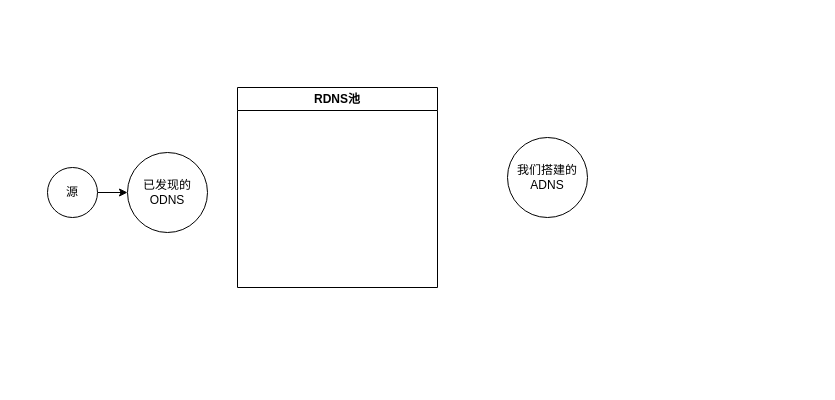
BoningZ/draw.io keeps this draw.io diagram as demo/paper1.drawio. Above is the earlier version. Source tidied: cells renumbered, new cells numbered last; positions are measured from the earlier drawing's top-left corner, leaving out a move shared by most shapes. Both pictures are drawn from the tidied source at 100%, with x=0, y=0 at pixel (47, 87).
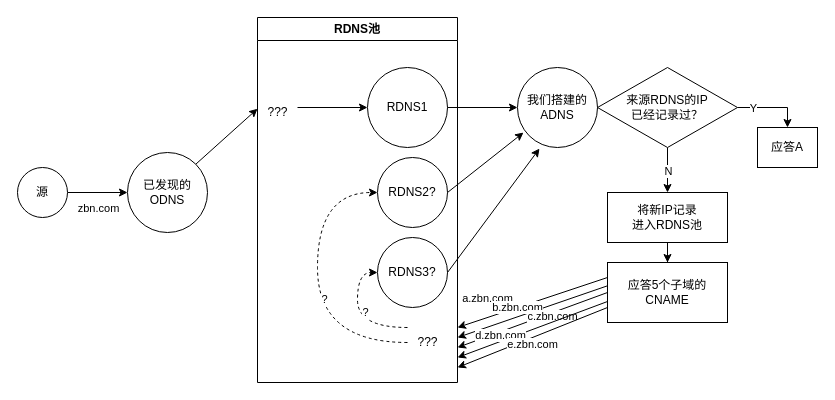
The same page after the edit.

Unchanged cells that the change refers to:
```xml
<mxCell id="2" style="edgeStyle=orthogonalEdgeStyle;rounded=0;jettySize=auto;html=1;exitX=1;exitY=0.5;exitDx=0;exitDy=0;" parent="1" edge="1" source="3" target="4">
  <mxGeometry relative="1" as="geometry" />
</mxCell>
<mxCell id="4" value="已发现的&lt;br&gt;ODNS" style="ellipse;whiteSpace=wrap;html=1;" parent="1" vertex="1">
  <mxGeometry x="80" y="65" width="80" height="80" as="geometry" />
</mxCell>
```

Diff of the diagram source:
```diff
@@
+    <mxCell id="7" value="zbn.com" style="edgeLabel;html=1;align=center;verticalAlign=middle;" parent="2" vertex="1">
+      <mxGeometry x="-0.4" y="4" relative="1" as="geometry">
+        <mxPoint x="12" y="19" as="offset" />
+      </mxGeometry>
+    </mxCell>
     <mxCell id="3" value="源" style="ellipse;whiteSpace=wrap;html=1;" parent="1" vertex="1">
-      <mxGeometry y="80" width="50" height="50" as="geometry" />
+      <mxGeometry x="-30" y="80" width="50" height="50" as="geometry" />
     </mxCell>
+    <mxCell id="8" style="rounded=0;jettySize=auto;html=1;exitX=1;exitY=0;exitDx=0;exitDy=0;entryX=0;entryY=0.25;entryDx=0;entryDy=0;" parent="1" edge="1" source="4" target="5">
+      <mxGeometry relative="1" as="geometry" />
+    </mxCell>
@@
     <mxCell id="5" value="RDNS池" style="swimlane;whiteSpace=wrap;html=1;" parent="1" vertex="1">
-      <mxGeometry x="190" width="200" height="200" as="geometry" />
+      <mxGeometry x="210" y="-70" width="200" height="365" as="geometry" />
     </mxCell>
+    <mxCell id="9" value="RDNS1" style="ellipse;whiteSpace=wrap;html=1;" parent="5" vertex="1">
+      <mxGeometry x="110" y="50" width="80" height="80" as="geometry" />
+    </mxCell>
+    <mxCell id="10" style="edgeStyle=orthogonalEdgeStyle;rounded=0;jettySize=auto;html=1;" parent="5" edge="1" source="11">
+      <mxGeometry relative="1" as="geometry">
+        <mxPoint x="110" y="90" as="targetPoint" />
+        <Array as="points">
+          <mxPoint x="108" y="90" />
+        </Array>
+      </mxGeometry>
+    </mxCell>
+    <mxCell id="11" value="???" style="text;html=1;align=center;verticalAlign=middle;points=[];strokeColor=none;fillColor=none;" parent="5" vertex="1">
+      <mxGeometry y="80" width="40" height="30" as="geometry" />
+    </mxCell>
+    <mxCell id="12" value="RDNS2?" style="ellipse;whiteSpace=wrap;html=1;rounded=0;" parent="5" vertex="1">
+      <mxGeometry x="120" y="140" width="70" height="70" as="geometry" />
+    </mxCell>
+    <mxCell id="13" style="edgeStyle=orthogonalEdgeStyle;rounded=0;jettySize=auto;html=1;curved=1;entryX=0;entryY=0.5;entryDx=0;entryDy=0;dashed=1;" parent="5" edge="1" source="17" target="12">
+      <mxGeometry relative="1" as="geometry">
+        <Array as="points">
+          <mxPoint x="60" y="325" />
+          <mxPoint x="60" y="175" />
+        </Array>
+      </mxGeometry>
+    </mxCell>
+    <mxCell id="14" value="?" style="edgeLabel;html=1;align=center;verticalAlign=middle;" parent="13" vertex="1">
+      <mxGeometry x="-0.11" y="-6" relative="1" as="geometry" />
+    </mxCell>
+    <mxCell id="15" style="edgeStyle=orthogonalEdgeStyle;rounded=0;jettySize=auto;html=1;entryX=0;entryY=0.5;entryDx=0;entryDy=0;curved=1;dashed=1;" parent="5" edge="1" source="17" target="18">
+      <mxGeometry relative="1" as="geometry">
+        <Array as="points">
+          <mxPoint x="100" y="310" />
+          <mxPoint x="100" y="255" />
+        </Array>
+      </mxGeometry>
+    </mxCell>
+    <mxCell id="16" value="?" style="edgeLabel;html=1;align=center;verticalAlign=middle;" parent="15" vertex="1">
+      <mxGeometry x="0.06" y="-7" relative="1" as="geometry" />
+    </mxCell>
+    <mxCell id="17" value="???" style="text;html=1;align=center;verticalAlign=middle;points=[];strokeColor=none;fillColor=none;" parent="5" vertex="1">
+      <mxGeometry x="150" y="310" width="40" height="30" as="geometry" />
+    </mxCell>
+    <mxCell id="18" value="RDNS3?" style="ellipse;whiteSpace=wrap;html=1;rounded=0;" parent="5" vertex="1">
+      <mxGeometry x="120" y="220" width="70" height="70" as="geometry" />
+    </mxCell>
     <mxCell id="6" value="我们搭建的&lt;br&gt;ADNS" style="ellipse;whiteSpace=wrap;html=1;" parent="1" vertex="1">
-      <mxGeometry x="460" y="50" width="80" height="80" as="geometry" />
+      <mxGeometry x="470" y="-20" width="80" height="80" as="geometry" />
     </mxCell>
+    <mxCell id="19" style="rounded=0;jettySize=auto;html=1;entryX=0;entryY=0.5;entryDx=0;entryDy=0;exitX=1;exitY=0.5;exitDx=0;exitDy=0;" parent="1" edge="1" source="9" target="6">
+      <mxGeometry relative="1" as="geometry" />
+    </mxCell>
+    <mxCell id="20" style="edgeStyle=orthogonalEdgeStyle;rounded=0;jettySize=auto;html=1;exitX=1;exitY=0.5;exitDx=0;exitDy=0;entryX=0.5;entryY=0;entryDx=0;entryDy=0;" parent="1" edge="1" source="24" target="25">
+      <mxGeometry relative="1" as="geometry" />
+    </mxCell>
+    <mxCell id="21" value="Y" style="edgeLabel;html=1;align=center;verticalAlign=middle;" parent="20" vertex="1">
+      <mxGeometry x="-0.57" relative="1" as="geometry" />
+    </mxCell>
+    <mxCell id="22" style="edgeStyle=orthogonalEdgeStyle;rounded=0;jettySize=auto;html=1;exitX=0.5;exitY=1;exitDx=0;exitDy=0;entryX=0.5;entryY=0;entryDx=0;entryDy=0;" parent="1" edge="1" source="24" target="27">
+      <mxGeometry relative="1" as="geometry" />
+    </mxCell>
+    <mxCell id="23" value="N" style="edgeLabel;html=1;align=center;verticalAlign=middle;" parent="22" vertex="1">
+      <mxGeometry relative="1" as="geometry" />
+    </mxCell>
+    <mxCell id="24" value="来源RDNS的IP&lt;br&gt;已经记录过？" style="rhombus;whiteSpace=wrap;html=1;" parent="1" vertex="1">
+      <mxGeometry x="550" y="-20" width="140" height="80" as="geometry" />
+    </mxCell>
+    <mxCell id="25" value="应答A" style="rounded=0;whiteSpace=wrap;html=1;" parent="1" vertex="1">
+      <mxGeometry x="710" y="40" width="60" height="40" as="geometry" />
+    </mxCell>
+    <mxCell id="26" style="edgeStyle=orthogonalEdgeStyle;rounded=0;jettySize=auto;html=1;" parent="1" edge="1" source="27" target="38">
+      <mxGeometry relative="1" as="geometry" />
+    </mxCell>
+    <mxCell id="27" value="将新IP记录&lt;br&gt;进入RDNS池" style="rounded=0;whiteSpace=wrap;html=1;" parent="1" vertex="1">
+      <mxGeometry x="560" y="105" width="120" height="50" as="geometry" />
+    </mxCell>
+    <mxCell id="28" style="rounded=0;jettySize=auto;html=1;exitX=0;exitY=0.25;exitDx=0;exitDy=0;" parent="1" edge="1" source="38">
+      <mxGeometry relative="1" as="geometry">
+        <mxPoint x="410" y="240" as="targetPoint" />
+      </mxGeometry>
+    </mxCell>
+    <mxCell id="29" value="a.zbn.com" style="edgeLabel;html=1;align=center;verticalAlign=middle;" parent="28" vertex="1">
+      <mxGeometry x="0.25" y="2" relative="1" as="geometry">
+        <mxPoint x="-27" y="-13" as="offset" />
+      </mxGeometry>
+    </mxCell>
+    <mxCell id="30" style="rounded=0;jettySize=auto;html=1;exitX=0.008;exitY=0.383;exitDx=0;exitDy=0;exitPerimeter=0;" parent="1" edge="1" source="38">
+      <mxGeometry relative="1" as="geometry">
+        <mxPoint x="410" y="250" as="targetPoint" />
+      </mxGeometry>
+    </mxCell>
+    <mxCell id="31" value="b.zbn.com" style="edgeLabel;html=1;align=center;verticalAlign=middle;" parent="30" vertex="1">
+      <mxGeometry x="0.3" y="-2" relative="1" as="geometry">
+        <mxPoint x="8" y="-10" as="offset" />
+      </mxGeometry>
+    </mxCell>
+    <mxCell id="32" style="rounded=0;jettySize=auto;html=1;exitX=0;exitY=0.5;exitDx=0;exitDy=0;" parent="1" edge="1" source="38">
+      <mxGeometry relative="1" as="geometry">
+        <mxPoint x="410" y="260" as="targetPoint" />
+      </mxGeometry>
+    </mxCell>
+    <mxCell id="33" value="c.zbn.com" style="edgeLabel;html=1;align=center;verticalAlign=middle;" parent="32" vertex="1">
+      <mxGeometry x="-0.31" y="2" relative="1" as="geometry">
+        <mxPoint x="-5" y="3" as="offset" />
+      </mxGeometry>
+    </mxCell>
+    <mxCell id="34" style="rounded=0;jettySize=auto;html=1;exitX=0;exitY=0.65;exitDx=0;exitDy=0;exitPerimeter=0;" parent="1" edge="1" source="38">
+      <mxGeometry relative="1" as="geometry">
+        <mxPoint x="410" y="270" as="targetPoint" />
+      </mxGeometry>
+    </mxCell>
+    <mxCell id="35" value="d.zbn.com" style="edgeLabel;html=1;align=center;verticalAlign=middle;" parent="34" vertex="1">
+      <mxGeometry x="0.6" y="-3" relative="1" as="geometry">
+        <mxPoint x="13" y="-8" as="offset" />
+      </mxGeometry>
+    </mxCell>
+    <mxCell id="36" style="rounded=0;jettySize=auto;html=1;exitX=0;exitY=0.75;exitDx=0;exitDy=0;" parent="1" edge="1" source="38">
+      <mxGeometry relative="1" as="geometry">
+        <mxPoint x="410" y="280" as="targetPoint" />
+      </mxGeometry>
+    </mxCell>
+    <mxCell id="37" value="e.zbn.com" style="edgeLabel;html=1;align=center;verticalAlign=middle;" parent="36" vertex="1">
+      <mxGeometry x="-0.02" y="1" relative="1" as="geometry">
+        <mxPoint x="-3" y="6" as="offset" />
+      </mxGeometry>
+    </mxCell>
+    <mxCell id="38" value="应答5个子域的CNAME" style="whiteSpace=wrap;html=1;rounded=0;" parent="1" vertex="1">
+      <mxGeometry x="560" y="175" width="120" height="60" as="geometry" />
+    </mxCell>
+    <mxCell id="39" style="rounded=0;jettySize=auto;html=1;exitX=1;exitY=0.5;exitDx=0;exitDy=0;entryX=0.075;entryY=0.813;entryDx=0;entryDy=0;entryPerimeter=0;" parent="1" edge="1" source="12" target="6">
+      <mxGeometry relative="1" as="geometry" />
+    </mxCell>
+    <mxCell id="40" style="rounded=0;jettySize=auto;html=1;exitX=1;exitY=0.5;exitDx=0;exitDy=0;entryX=0.275;entryY=1.013;entryDx=0;entryDy=0;entryPerimeter=0;" parent="1" edge="1" source="18" target="6">
+      <mxGeometry relative="1" as="geometry" />
+    </mxCell>
```
